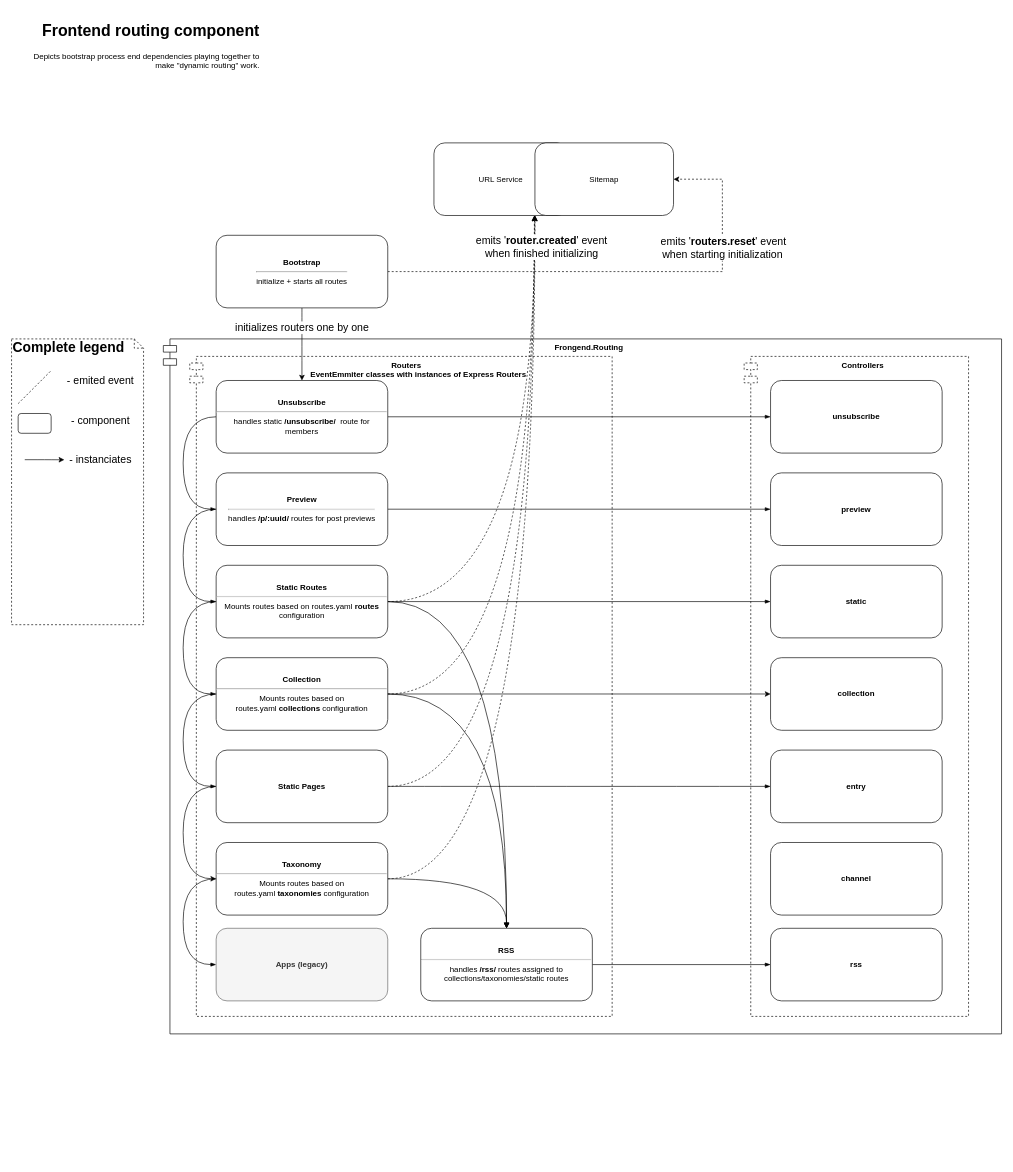
The draw.io diagram page "Frontend.Routing" (6 of 10) of ghost.drawio in TryGhost/architecture-diagrams, before the edit. Source tidied: cells renumbered, new cells numbered last; positions are measured from the earlier drawing's top-left corner, leaving out a move shared by most shapes. Both pictures are drawn from the tidied source at 66%, with x=0, y=0 at pixel (11, 18).
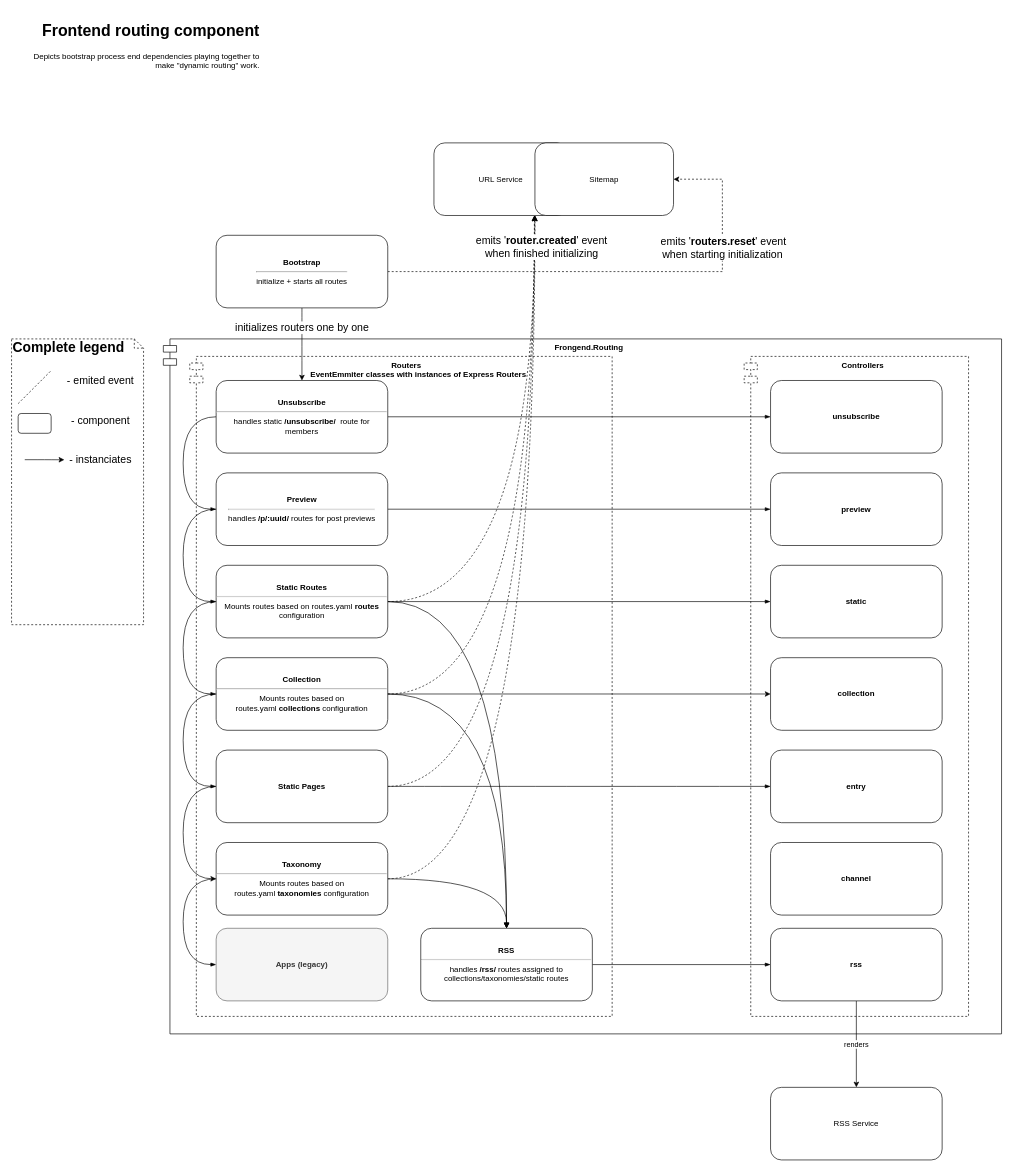
After the change.

Commit message (it also covers changes not shown here):
Added frontend's redirect service diagram

The change refers to these unchanged cells:
```xml
<mxCell id="9" value="rss&lt;span style=&quot;font-weight: normal&quot;&gt;&lt;br&gt;&lt;/span&gt;" style="rounded=1;whiteSpace=wrap;html=1;fontStyle=1;" parent="1" vertex="1">
  <mxGeometry x="1150" y="1379" width="260" height="110" as="geometry" />
</mxCell>
```

What changed in the source:
```diff
@@
+    <mxCell id="52" value="renders" style="edgeStyle=orthogonalEdgeStyle;rounded=0;jettySize=auto;html=1;" parent="1" edge="1" source="9" target="53">
+      <mxGeometry relative="1" as="geometry" />
+    </mxCell>
@@
+    <mxCell id="53" value="RSS Service" style="rounded=1;whiteSpace=wrap;html=1;" parent="1" vertex="1">
+      <mxGeometry x="1150" y="1620" width="260" height="110" as="geometry" />
+    </mxCell>
```
